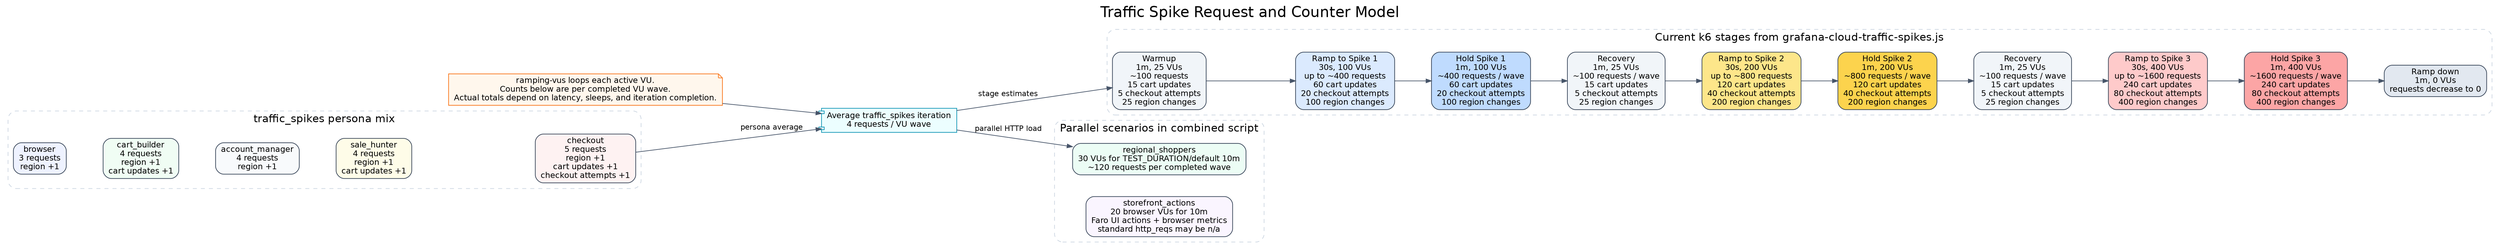
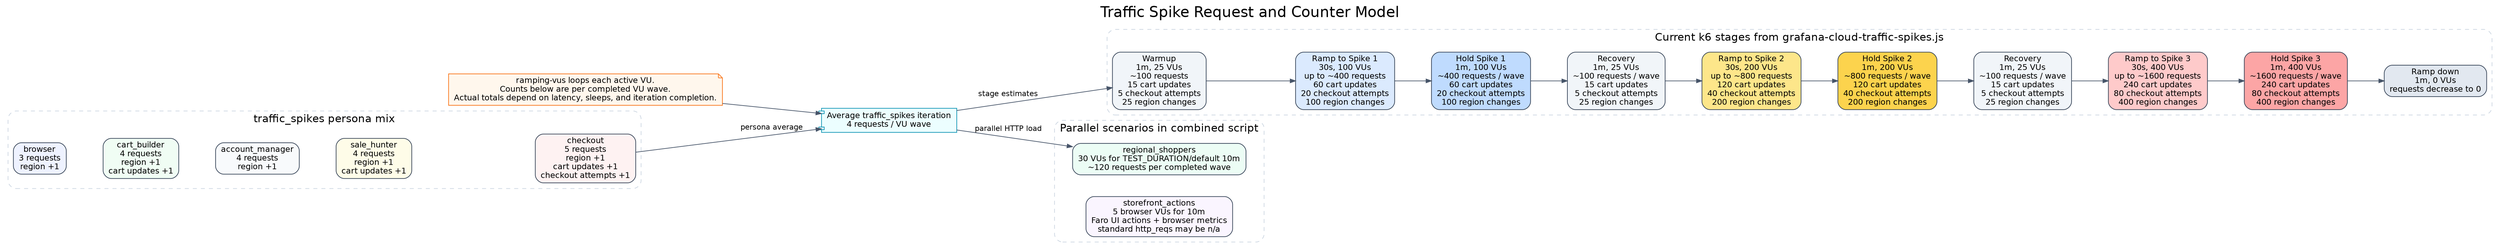
digraph traffic_spike_request_model {
  graph [
    rankdir=LR,
    labelloc=t,
    label="Traffic Spike Request and Counter Model",
    fontsize=22,
    fontname="Helvetica",
    nodesep=0.45,
    ranksep=0.75
  ];

  node [shape=box, style="rounded,filled", fontname="Helvetica", fontsize=12, color="#334155", fillcolor="#f8fafc"];
  edge [color="#475569", arrowsize=0.8, fontname="Helvetica", fontsize=11];

  note [shape=note, fillcolor="#fff7ed", color="#f97316", label="ramping-vus loops each active VU.\nCounts below are per completed VU wave.\nActual totals depend on latency, sleeps, and iteration completion."];
  avg [shape=component, fillcolor="#ecfeff", color="#0891b2", label="Average traffic_spikes iteration\n4 requests / VU wave"];

  subgraph cluster_personas {
    label="traffic_spikes persona mix"; color="#cbd5e1"; style="rounded,dashed"; fontsize=16; fontname="Helvetica";
    browser [label="browser\n3 requests\nregion +1", fillcolor="#eef2ff"];
    cart_builder [label="cart_builder\n4 requests\nregion +1\ncart updates +1", fillcolor="#f0fdf4"];
    account_manager [label="account_manager\n4 requests\nregion +1", fillcolor="#f8fafc"];
    sale_hunter [label="sale_hunter\n4 requests\nregion +1\ncart updates +1", fillcolor="#fefce8"];
    checkout [label="checkout\n5 requests\nregion +1\ncart updates +1\ncheckout attempts +1", fillcolor="#fef2f2"];
    browser -> cart_builder -> account_manager -> sale_hunter -> checkout [style=invis];
  }

  subgraph cluster_stages {
    label="Current k6 stages from grafana-cloud-traffic-spikes.js"; color="#cbd5e1"; style="rounded,dashed"; fontsize=16; fontname="Helvetica";
    warmup [label="Warmup\n1m, 25 VUs\n~100 requests\n15 cart updates\n5 checkout attempts\n25 region changes", fillcolor="#f1f5f9"];
    ramp1 [label="Ramp to Spike 1\n30s, 100 VUs\nup to ~400 requests\n60 cart updates\n20 checkout attempts\n100 region changes", fillcolor="#dbeafe"];
    hold1 [label="Hold Spike 1\n1m, 100 VUs\n~400 requests / wave\n60 cart updates\n20 checkout attempts\n100 region changes", fillcolor="#bfdbfe"];
    recovery1 [label="Recovery\n1m, 25 VUs\n~100 requests / wave\n15 cart updates\n5 checkout attempts\n25 region changes", fillcolor="#f1f5f9"];
    ramp2 [label="Ramp to Spike 2\n30s, 200 VUs\nup to ~800 requests\n120 cart updates\n40 checkout attempts\n200 region changes", fillcolor="#fde68a"];
    hold2 [label="Hold Spike 2\n1m, 200 VUs\n~800 requests / wave\n120 cart updates\n40 checkout attempts\n200 region changes", fillcolor="#fcd34d"];
    recovery2 [label="Recovery\n1m, 25 VUs\n~100 requests / wave\n15 cart updates\n5 checkout attempts\n25 region changes", fillcolor="#f1f5f9"];
    ramp3 [label="Ramp to Spike 3\n30s, 400 VUs\nup to ~1600 requests\n240 cart updates\n80 checkout attempts\n400 region changes", fillcolor="#fecaca"];
    hold3 [label="Hold Spike 3\n1m, 400 VUs\n~1600 requests / wave\n240 cart updates\n80 checkout attempts\n400 region changes", fillcolor="#fca5a5"];
    rampdown [label="Ramp down\n1m, 0 VUs\nrequests decrease to 0", fillcolor="#e2e8f0"];
    warmup -> ramp1 -> hold1 -> recovery1 -> ramp2 -> hold2 -> recovery2 -> ramp3 -> hold3 -> rampdown;
  }

  subgraph cluster_parallel {
    label="Parallel scenarios in combined script"; color="#cbd5e1"; style="rounded,dashed"; fontsize=16; fontname="Helvetica";
    regional [label="regional_shoppers\n30 VUs for TEST_DURATION/default 10m\n~120 requests per completed wave", fillcolor="#ecfdf5"];
-     storefront [label="storefront_actions\n20 browser VUs for 10m\nFaro UI actions + browser metrics\nstandard http_reqs may be n/a", fillcolor="#faf5ff"];
+     storefront [label="storefront_actions\n5 browser VUs for 10m\nFaro UI actions + browser metrics\nstandard http_reqs may be n/a", fillcolor="#faf5ff"];
  }

  note -> avg;
  avg -> warmup [label="stage estimates"];
  avg -> regional [label="parallel HTTP load"];
  checkout -> avg [label="persona average"];
}

